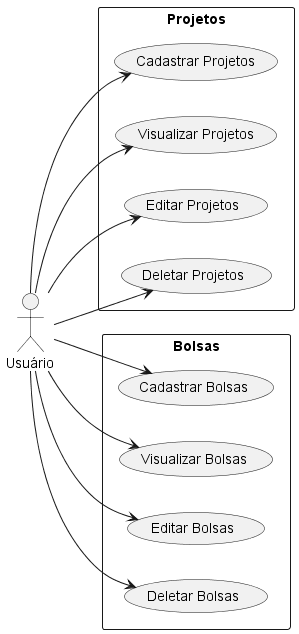
This is out/diagramas/diagrama-casos-de-uso/diagrama-casos-de-uso.png from sofialctv/coLAB, a PlantUML export, as it was before one commit.
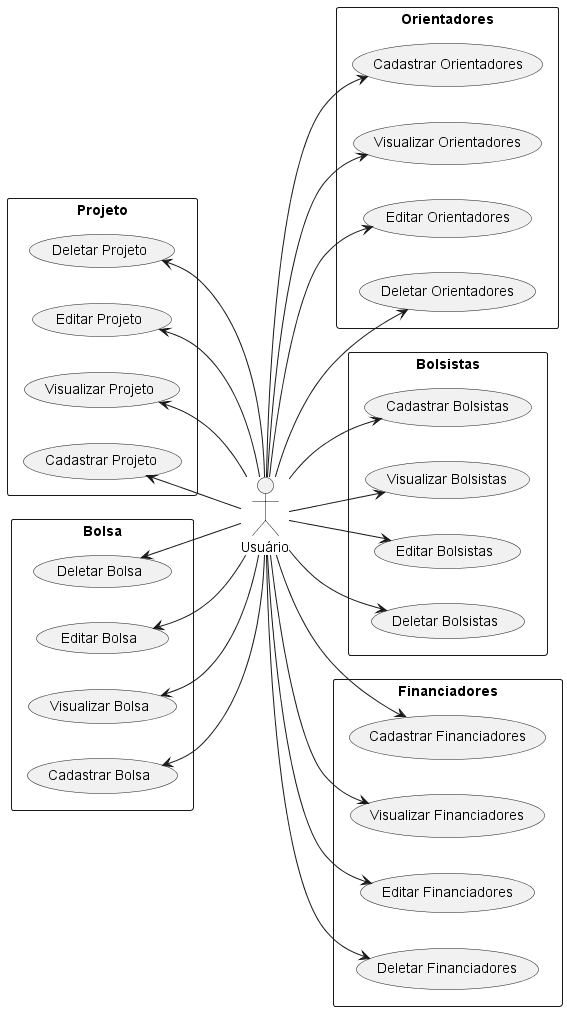
The same diagram one commit later.

Commit message:
docs: atualizando diagramas

Diff of the diagram source:
```diff
@@ -2,29 +2,65 @@
 
 left to right direction
 actor "Usuário" as c
-rectangle Projetos {
-  usecase "Cadastrar Projetos" as UC1
-  usecase "Visualizar Projetos" as UC2
-  usecase "Editar Projetos" as UC3
-  usecase "Deletar Projetos" as UC4
+
+rectangle Projeto {
+  usecase "Cadastrar Projeto" as UC1
+  usecase "Visualizar Projeto" as UC2
+  usecase "Editar Projeto" as UC3
+  usecase "Deletar Projeto" as UC4
 }
 
-left to right direction
-actor "Usuário" as c
-rectangle Bolsas {
-  usecase "Cadastrar Bolsas" as UC5
-  usecase "Visualizar Bolsas" as UC6
-  usecase "Editar Bolsas" as UC7
-  usecase "Deletar Bolsas" as UC8
-  }
+rectangle Bolsa {
+  usecase "Cadastrar Bolsa" as UC5
+  usecase "Visualizar Bolsa" as UC6
+  usecase "Editar Bolsa" as UC7
+  usecase "Deletar Bolsa" as UC8
+}
 
-c --> UC1
-c --> UC2
-c --> UC3
-c --> UC4
-c --> UC5
-c --> UC6
-c --> UC7
-c --> UC8
+rectangle Orientadores {
+  usecase "Cadastrar Orientadores" as UC9
+  usecase "Visualizar Orientadores" as UC10
+  usecase "Editar Orientadores" as UC11
+  usecase "Deletar Orientadores" as UC12
+}
+
+rectangle Bolsistas {
+  usecase "Cadastrar Bolsistas" as UC13
+  usecase "Visualizar Bolsistas" as UC14
+  usecase "Editar Bolsistas" as UC15
+  usecase "Deletar Bolsistas" as UC16
+}
+
+rectangle Financiadores {
+  usecase "Cadastrar Financiadores" as UC17
+  usecase "Visualizar Financiadores" as UC18
+  usecase "Editar Financiadores" as UC19
+  usecase "Deletar Financiadores" as UC20
+}
+
+c -up-> UC1
+c -up-> UC2
+c -up-> UC3
+c -up-> UC4
+
+c -up-> UC5
+c -up-> UC6
+c -up-> UC7
+c -up-> UC8
+
+c --> UC9
+c --> UC10
+c --> UC11
+c --> UC12
+
+c --> UC13
+c --> UC14
+c --> UC15
+c --> UC16
+
+c --> UC17
+c --> UC18
+c --> UC19
+c --> UC20
 
 @enduml
```
